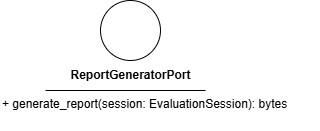
Earlier version of the draw.io export src/PB/DocumentazioneEsterna/Specifica_Tecnica/content/05-diagrammi-classi/uml/png/Export/ReportGeneratorPort.png (GroupRubberDuck/Documentazione). Source tidied: cells renumbered, new cells last; positions are measured from the earlier drawing's top-left corner, leaving out a move shared by most shapes.
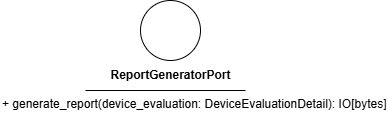
Later version of the same file.

The edit, as a diff of the source:
```diff
@@ -26,8 +26,8 @@
         </Array>
       </mxGeometry>
     </mxCell>
-    <mxCell id="6" value="+ generate_report(session: EvaluationSession): bytes" style="text;whiteSpace=wrap;html=1;" parent="1" vertex="1">
-      <mxGeometry y="90" width="320" height="40" as="geometry" />
+    <mxCell id="6" value="+ generate_report(device_evaluation: DeviceEvaluationDetail): IO[bytes]" style="text;whiteSpace=wrap;html=1;" parent="1" vertex="1">
+      <mxGeometry x="-40" y="90" width="390" height="40" as="geometry" />
     </mxCell>
   </root>
 </mxGraphModel>
```
